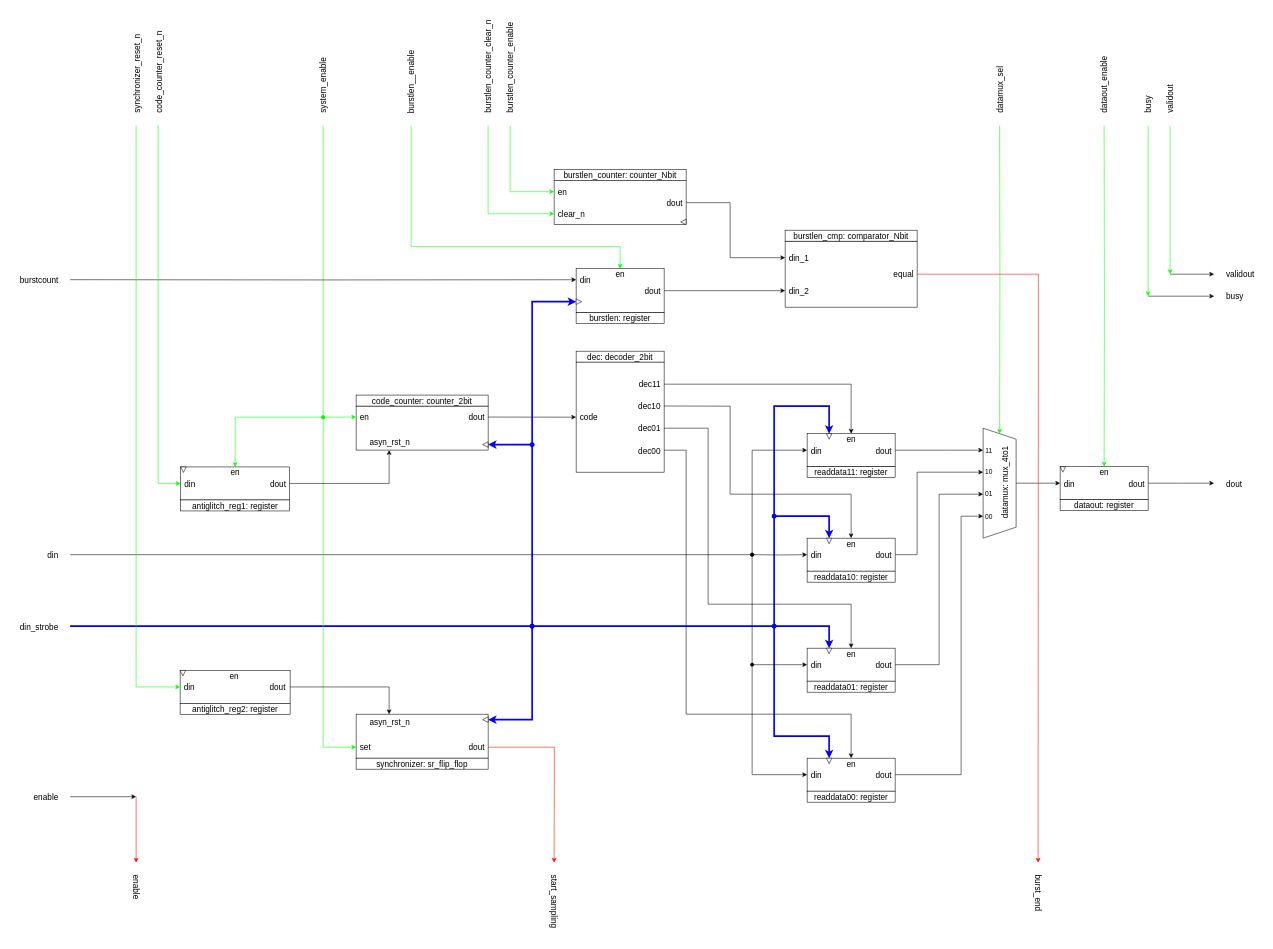
Above: page "synchronizer: RTL" (4 of 5) of IP_cores/AvalonMM_to_hRAM/SSRAM_to_hRAM_v1/rtl/SSRAM_to_hRAM.drawio in AndreaBononi/IP_cores (draw.io), before the change. Source tidied: cells renumbered, new cells numbered last; positions are measured from the earlier drawing's top-left corner, leaving out a move shared by most shapes. Both pictures are drawn from the tidied source at 55%, with x=0, y=0 at pixel (9, 53).
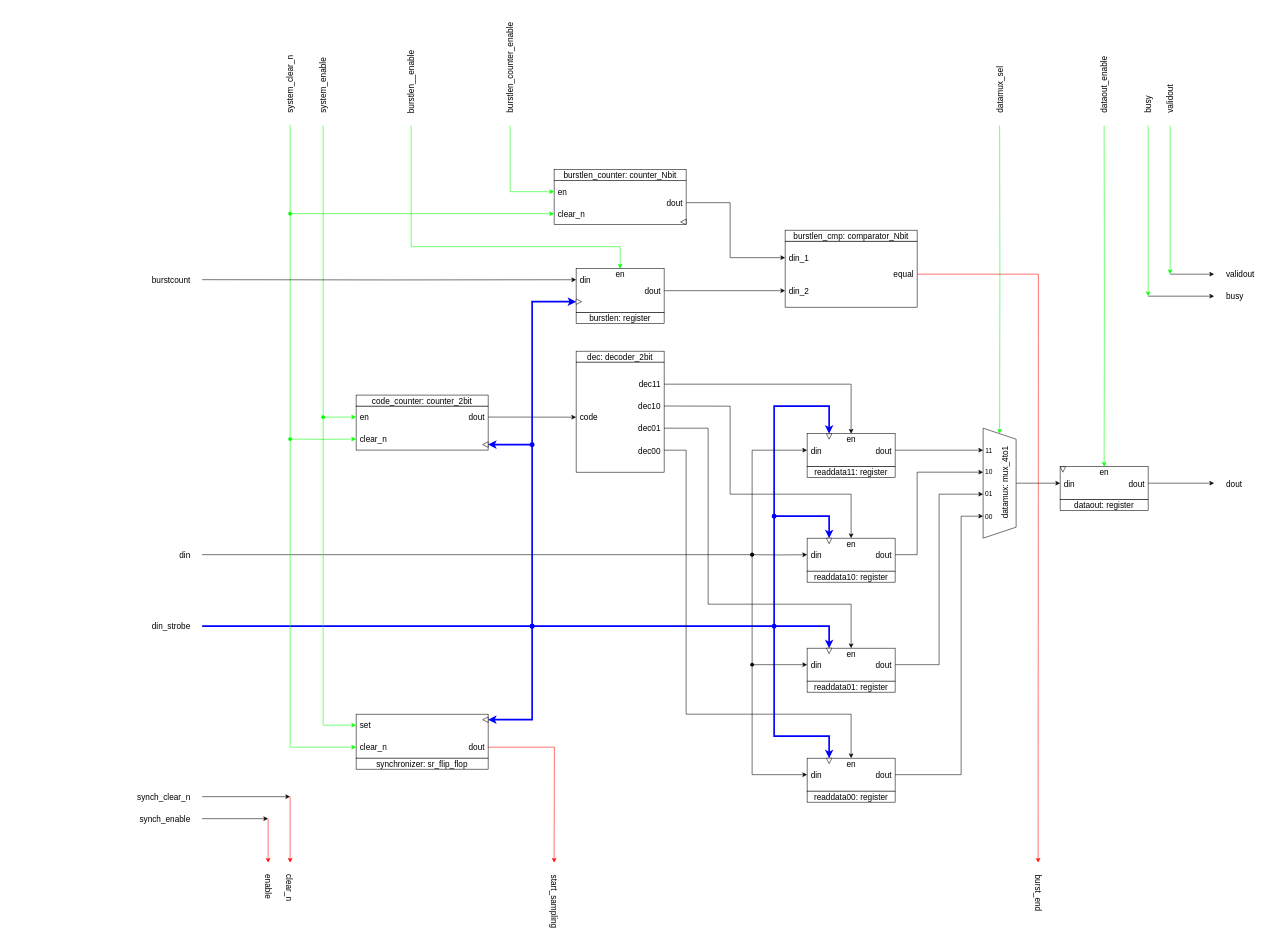
The same diagram, later.

Unchanged cells that the change refers to:
```xml
<mxCell id="3" style="rounded=0;whiteSpace=wrap;html=1;" parent="1" vertex="1">
  <mxGeometry x="630" y="640.8" width="240" height="80" as="geometry" />
</mxCell>
<mxCell id="17" style="rounded=0;whiteSpace=wrap;html=1;horizontal=1;" parent="1" vertex="1">
  <mxGeometry x="1450" y="691" width="160" height="60" as="geometry" />
</mxCell>
<mxCell id="69" style="rounded=0;whiteSpace=wrap;html=1;" parent="1" vertex="1">
  <mxGeometry x="630" y="1201" width="240" height="80" as="geometry" />
</mxCell>
<mxCell id="103" style="rounded=0;whiteSpace=wrap;html=1;" parent="1" vertex="1">
  <mxGeometry x="990" y="231" width="240" height="80" as="geometry" />
</mxCell>
```

The edit, as a diff of the source:
```diff
@@
+    <mxCell id="151" style="edgeStyle=orthogonalEdgeStyle;rounded=0;jettySize=auto;html=1;exitX=0;exitY=0.75;exitDx=0;exitDy=0;entryX=0;entryY=0.75;entryDx=0;entryDy=0;startArrow=oval;startFill=1;strokeColor=#00FF00;" parent="1" edge="1" target="3">
+      <mxGeometry relative="1" as="geometry">
+        <mxPoint x="510" y="700.8" as="sourcePoint" />
+      </mxGeometry>
+    </mxCell>
@@
     <mxCell id="10" value="&lt;font style=&quot;font-size: 15px;&quot;&gt;din_strobe&lt;/font&gt;" style="text;html=1;align=right;verticalAlign=middle;strokeColor=none;fillColor=none;" parent="1" vertex="1">
-      <mxGeometry y="1028" width="90" height="30" as="geometry" />
+      <mxGeometry x="240" y="1026" width="90" height="30" as="geometry" />
     </mxCell>
@@
     <mxCell id="16" style="edgeStyle=orthogonalEdgeStyle;rounded=0;jettySize=auto;html=1;entryX=0.25;entryY=0;entryDx=0;entryDy=0;strokeColor=#0000FF;startArrow=none;startFill=0;strokeWidth=3;" parent="1" edge="1" target="17">
       <mxGeometry relative="1" as="geometry">
-        <mxPoint x="110" y="1041" as="sourcePoint" />
+        <mxPoint x="350" y="1041" as="sourcePoint" />
         <Array as="points">
           <mxPoint x="1390" y="1041" />
           <mxPoint x="1390" y="641" />
           <mxPoint x="1490" y="641" />
         </Array>
       </mxGeometry>
     </mxCell>
@@
     <mxCell id="59" style="edgeStyle=orthogonalEdgeStyle;rounded=0;jettySize=auto;html=1;strokeColor=default;startArrow=none;startFill=0;entryX=0;entryY=0.5;entryDx=0;entryDy=0;" parent="1" edge="1" target="17">
       <mxGeometry relative="1" as="geometry">
-        <mxPoint x="110" y="911" as="sourcePoint" />
+        <mxPoint x="350" y="911" as="sourcePoint" />
         <Array as="points">
           <mxPoint x="590" y="911" />
           <mxPoint x="1350" y="911" />
           <mxPoint x="1350" y="721" />
         </Array>
       </mxGeometry>
     </mxCell>
@@
     <mxCell id="66" value="&lt;font style=&quot;font-size: 15px;&quot;&gt;din&lt;/font&gt;" style="text;html=1;align=right;verticalAlign=middle;strokeColor=none;fillColor=none;" parent="1" vertex="1">
-      <mxGeometry x="50" y="896" width="40" height="30" as="geometry" />
+      <mxGeometry x="290" y="896" width="40" height="30" as="geometry" />
     </mxCell>
@@
-    <mxCell id="68" style="edgeStyle=orthogonalEdgeStyle;rounded=0;jettySize=auto;html=1;exitX=0;exitY=0.75;exitDx=0;exitDy=0;entryX=0;entryY=0.75;entryDx=0;entryDy=0;startArrow=oval;startFill=1;strokeColor=#00FF00;" parent="1" edge="1" target="69">
+    <mxCell id="68" style="edgeStyle=orthogonalEdgeStyle;rounded=0;jettySize=auto;html=1;exitX=0;exitY=0.75;exitDx=0;exitDy=0;entryX=0;entryY=0.25;entryDx=0;entryDy=0;startArrow=oval;startFill=1;strokeColor=#00FF00;" parent="1" edge="1" target="69">
       <mxGeometry relative="1" as="geometry">
         <mxPoint x="570" y="661" as="sourcePoint" />
         <Array as="points">
-          <mxPoint x="570" y="1261" />
+          <mxPoint x="570" y="1221" />
         </Array>
       </mxGeometry>
     </mxCell>
+    <mxCell id="152" style="edgeStyle=orthogonalEdgeStyle;rounded=0;jettySize=auto;html=1;exitX=0;exitY=0.75;exitDx=0;exitDy=0;entryX=0;entryY=0.75;entryDx=0;entryDy=0;fontColor=#00FF00;strokeColor=#00FF00;" parent="1" edge="1" target="69">
+      <mxGeometry relative="1" as="geometry">
+        <mxPoint x="510" y="129.2" as="sourcePoint" />
+        <Array as="points">
+          <mxPoint x="510" y="1261" />
+        </Array>
+      </mxGeometry>
+    </mxCell>
@@
     <mxCell id="71" value="&lt;font style=&quot;font-size: 15px;&quot;&gt;set&lt;/font&gt;" style="text;html=1;align=left;verticalAlign=middle;strokeColor=none;fillColor=none;" parent="1" vertex="1">
-      <mxGeometry x="635" y="1246" width="40" height="30" as="geometry" />
+      <mxGeometry x="635" y="1206" width="40" height="30" as="geometry" />
     </mxCell>
@@
     <mxCell id="92" style="edgeStyle=orthogonalEdgeStyle;rounded=0;orthogonalLoop=1;jettySize=auto;html=1;entryX=0;entryY=0.75;entryDx=0;entryDy=0;" parent="1" edge="1">
       <mxGeometry relative="1" as="geometry">
-        <mxPoint x="110" y="411" as="sourcePoint" />
+        <mxPoint x="350" y="411" as="sourcePoint" />
         <mxPoint x="1030" y="411.1" as="targetPoint" />
       </mxGeometry>
     </mxCell>
@@
     <mxCell id="109" value="&lt;font style=&quot;font-size: 15px;&quot;&gt;burstcount&lt;/font&gt;" style="text;html=1;align=right;verticalAlign=middle;strokeColor=none;fillColor=none;" parent="1" vertex="1">
-      <mxGeometry y="396" width="90" height="30" as="geometry" />
+      <mxGeometry x="240" y="397" width="90" height="30" as="geometry" />
     </mxCell>
@@
     <mxCell id="117" style="endArrow=classic;html=1;rounded=0;" parent="1" edge="1">
       <mxGeometry relative="1" as="geometry">
-        <mxPoint x="110" y="1351" as="sourcePoint" />
-        <mxPoint x="230" y="1351" as="targetPoint" />
+        <mxPoint x="350" y="1391" as="sourcePoint" />
+        <mxPoint x="470" y="1391" as="targetPoint" />
       </mxGeometry>
     </mxCell>
     <mxCell id="118" value="&lt;font style=&quot;font-size: 15px;&quot;&gt;enable&lt;/font&gt;" style="text;html=1;align=left;verticalAlign=middle;strokeColor=none;fillColor=none;rotation=90;" parent="1" vertex="1">
-      <mxGeometry x="196" y="1511" width="70" height="30" as="geometry" />
+      <mxGeometry x="436" y="1510" width="70" height="30" as="geometry" />
     </mxCell>
-    <mxCell id="119" value="&lt;font style=&quot;font-size: 15px;&quot;&gt;enable&lt;/font&gt;" style="text;html=1;align=right;verticalAlign=middle;strokeColor=none;fillColor=none;" parent="1" vertex="1">
-      <mxGeometry x="20" y="1336" width="70" height="30" as="geometry" />
+    <mxCell id="119" value="&lt;font style=&quot;font-size: 15px;&quot;&gt;synch_enable&lt;/font&gt;" style="text;html=1;align=right;verticalAlign=middle;strokeColor=none;fillColor=none;" parent="1" vertex="1">
+      <mxGeometry x="210" y="1376" width="120" height="30" as="geometry" />
     </mxCell>
-    <mxCell id="120" value="&lt;font style=&quot;font-size: 15px;&quot;&gt;asyn_rst_n&lt;/font&gt;" style="text;html=1;align=center;verticalAlign=middle;strokeColor=none;fillColor=none;" parent="1" vertex="1">
-      <mxGeometry x="641" y="690.8" width="100" height="30" as="geometry" />
+    <mxCell id="120" value="&lt;div align=&quot;left&quot;&gt;&lt;font style=&quot;font-size: 15px;&quot;&gt;clear_n&lt;/font&gt;&lt;/div&gt;" style="text;html=1;align=left;verticalAlign=middle;strokeColor=none;fillColor=none;" parent="1" vertex="1">
+      <mxGeometry x="635" y="685" width="70" height="30" as="geometry" />
     </mxCell>
-    <mxCell id="121" value="&lt;font style=&quot;font-size: 15px;&quot;&gt;asyn_rst_n&lt;/font&gt;" style="text;html=1;align=center;verticalAlign=middle;strokeColor=none;fillColor=none;" parent="1" vertex="1">
-      <mxGeometry x="641" y="1201" width="100" height="30" as="geometry" />
+    <mxCell id="121" value="&lt;font style=&quot;font-size: 15px;&quot;&gt;clear_n&lt;/font&gt;" style="text;html=1;align=left;verticalAlign=middle;strokeColor=none;fillColor=none;" parent="1" vertex="1">
+      <mxGeometry x="635" y="1246" width="70" height="30" as="geometry" />
     </mxCell>
-    <mxCell id="122" style="edgeStyle=orthogonalEdgeStyle;rounded=0;jettySize=auto;html=1;exitX=1;exitY=0.5;exitDx=0;exitDy=0;entryX=0.25;entryY=1;entryDx=0;entryDy=0;" parent="1" edge="1" source="125" target="3">
-      <mxGeometry relative="1" as="geometry">
-        <Array as="points">
-          <mxPoint x="690" y="781" />
-        </Array>
-      </mxGeometry>
-    </mxCell>
-    <mxCell id="123" style="edgeStyle=orthogonalEdgeStyle;rounded=0;jettySize=auto;html=1;entryX=0.5;entryY=0;entryDx=0;entryDy=0;strokeColor=#00FF00;startArrow=oval;startFill=1;" parent="1" edge="1" target="125">
-      <mxGeometry relative="1" as="geometry">
-        <mxPoint x="570" y="661" as="sourcePoint" />
-        <Array as="points">
-          <mxPoint x="410" y="701" />
-          <mxPoint x="410" y="701" />
-        </Array>
-      </mxGeometry>
-    </mxCell>
-    <mxCell id="124" style="edgeStyle=orthogonalEdgeStyle;rounded=0;jettySize=auto;html=1;entryX=0;entryY=0.5;entryDx=0;entryDy=0;strokeColor=#00FF00;" parent="1" edge="1" target="125">
-      <mxGeometry relative="1" as="geometry">
-        <mxPoint x="270" y="130" as="sourcePoint" />
-        <Array as="points">
-          <mxPoint x="270" y="130" />
-          <mxPoint x="270" y="782" />
-        </Array>
-      </mxGeometry>
-    </mxCell>
-    <mxCell id="125" style="rounded=0;whiteSpace=wrap;html=1;horizontal=1;" parent="1" vertex="1">
-      <mxGeometry x="311" y="751.5" width="198" height="60" as="geometry" />
-    </mxCell>
-    <mxCell id="126" value="&lt;font style=&quot;font-size: 15px;&quot;&gt;antiglitch_reg1: register&lt;/font&gt;" style="rounded=0;whiteSpace=wrap;html=1;" parent="1" vertex="1">
-      <mxGeometry x="311" y="811.5" width="198" height="20" as="geometry" />
-    </mxCell>
-    <mxCell id="127" value="&lt;font style=&quot;font-size: 15px;&quot;&gt;dout&lt;/font&gt;" style="text;html=1;align=right;verticalAlign=middle;strokeColor=none;fillColor=none;" parent="1" vertex="1">
-      <mxGeometry x="454" y="766.5" width="50" height="30" as="geometry" />
-    </mxCell>
-    <mxCell id="128" value="&lt;div align=&quot;left&quot;&gt;&lt;font style=&quot;font-size: 15px;&quot;&gt;din&lt;/font&gt;&lt;/div&gt;" style="text;html=1;align=left;verticalAlign=middle;strokeColor=none;fillColor=none;" parent="1" vertex="1">
-      <mxGeometry x="316" y="767.5" width="40" height="30" as="geometry" />
-    </mxCell>
-    <mxCell id="129" value="&lt;font style=&quot;font-size: 15px;&quot;&gt;en&lt;/font&gt;" style="text;html=1;align=center;verticalAlign=middle;strokeColor=none;fillColor=none;" parent="1" vertex="1">
-      <mxGeometry x="390" y="746" width="40" height="30" as="geometry" />
-    </mxCell>
-    <mxCell id="130" style="triangle;whiteSpace=wrap;html=1;direction=south;fontSize=15;" parent="1" vertex="1">
-      <mxGeometry x="311" y="751.5" width="10" height="10" as="geometry" />
-    </mxCell>
-    <mxCell id="131" value="&lt;font style=&quot;font-size: 15px;&quot;&gt;code_counter_reset_n&lt;/font&gt;" style="text;html=1;align=left;verticalAlign=middle;strokeColor=none;fillColor=none;rotation=-90;" parent="1" vertex="1">
-      <mxGeometry x="186" y="10" width="170" height="30" as="geometry" />
+    <mxCell id="131" value="&lt;font style=&quot;font-size: 15px;&quot;&gt;system_clear_n&lt;/font&gt;" style="text;html=1;align=left;verticalAlign=middle;strokeColor=none;fillColor=none;rotation=-90;" parent="1" vertex="1">
+      <mxGeometry x="445" y="30" width="130" height="30" as="geometry" />
     </mxCell>
@@
-    <mxCell id="133" style="edgeStyle=orthogonalEdgeStyle;rounded=0;jettySize=auto;html=1;exitX=1;exitY=0.5;exitDx=0;exitDy=0;entryX=0.25;entryY=0;entryDx=0;entryDy=0;" parent="1" edge="1" source="135" target="69">
-      <mxGeometry relative="1" as="geometry" />
-    </mxCell>
-    <mxCell id="134" style="edgeStyle=orthogonalEdgeStyle;rounded=0;jettySize=auto;html=1;entryX=0;entryY=0.5;entryDx=0;entryDy=0;strokeColor=#00FF00;" parent="1" edge="1" target="135">
-      <mxGeometry relative="1" as="geometry">
-        <mxPoint x="230" y="131" as="sourcePoint" />
-        <Array as="points">
-          <mxPoint x="230" y="131" />
-          <mxPoint x="230" y="1151" />
-        </Array>
-      </mxGeometry>
-    </mxCell>
-    <mxCell id="135" style="rounded=0;whiteSpace=wrap;html=1;horizontal=1;" parent="1" vertex="1">
-      <mxGeometry x="310" y="1121.5" width="200" height="60" as="geometry" />
-    </mxCell>
-    <mxCell id="136" value="&lt;font style=&quot;font-size: 15px;&quot;&gt;antiglitch_reg2: register&lt;/font&gt;" style="rounded=0;whiteSpace=wrap;html=1;" parent="1" vertex="1">
-      <mxGeometry x="310" y="1181.5" width="200" height="20" as="geometry" />
-    </mxCell>
-    <mxCell id="137" value="&lt;font style=&quot;font-size: 15px;&quot;&gt;dout&lt;/font&gt;" style="text;html=1;align=right;verticalAlign=middle;strokeColor=none;fillColor=none;" parent="1" vertex="1">
-      <mxGeometry x="453" y="1136" width="50" height="30" as="geometry" />
-    </mxCell>
-    <mxCell id="138" value="&lt;div align=&quot;left&quot;&gt;&lt;font style=&quot;font-size: 15px;&quot;&gt;din&lt;/font&gt;&lt;/div&gt;" style="text;html=1;align=left;verticalAlign=middle;strokeColor=none;fillColor=none;" parent="1" vertex="1">
-      <mxGeometry x="315" y="1137" width="40" height="30" as="geometry" />
-    </mxCell>
-    <mxCell id="139" value="&lt;font style=&quot;font-size: 15px;&quot;&gt;en&lt;/font&gt;" style="text;html=1;align=center;verticalAlign=middle;strokeColor=none;fillColor=none;" parent="1" vertex="1">
-      <mxGeometry x="388" y="1116.5" width="40" height="30" as="geometry" />
-    </mxCell>
-    <mxCell id="140" style="triangle;whiteSpace=wrap;html=1;direction=south;fontSize=15;" parent="1" vertex="1">
-      <mxGeometry x="310" y="1121.5" width="10" height="10" as="geometry" />
-    </mxCell>
-    <mxCell id="141" value="&lt;font style=&quot;font-size: 15px;&quot;&gt;synchronizer_reset_n&lt;/font&gt;" style="text;html=1;align=left;verticalAlign=middle;strokeColor=none;fillColor=none;rotation=-90;" parent="1" vertex="1">
-      <mxGeometry x="146" y="10" width="170" height="30" as="geometry" />
-    </mxCell>
-    <mxCell id="142" style="edgeStyle=orthogonalEdgeStyle;rounded=0;jettySize=auto;html=1;exitX=0;exitY=0.5;exitDx=0;exitDy=0;entryX=0;entryY=0.75;entryDx=0;entryDy=0;strokeColor=#00FF00;" parent="1" edge="1" target="103">
+    <mxCell id="142" style="edgeStyle=orthogonalEdgeStyle;rounded=0;jettySize=auto;html=1;entryX=0;entryY=0.75;entryDx=0;entryDy=0;strokeColor=#00FF00;startArrow=oval;startFill=1;" parent="1" edge="1" target="103">
       <mxGeometry relative="1" as="geometry">
-        <mxPoint x="870" y="131" as="sourcePoint" />
+        <mxPoint x="510" y="291" as="sourcePoint" />
         <Array as="points">
           <mxPoint x="870" y="291" />
         </Array>
       </mxGeometry>
     </mxCell>
-    <mxCell id="143" value="&lt;font style=&quot;font-size: 15px;&quot;&gt;burstlen_counter_clear_n&lt;/font&gt;" style="text;html=1;align=left;verticalAlign=middle;strokeColor=none;fillColor=none;rotation=-90;" parent="1" vertex="1">
-      <mxGeometry x="775" width="190" height="30" as="geometry" />
-    </mxCell>
@@
     <mxCell id="145" style="endArrow=classic;html=1;rounded=0;strokeColor=#FF0000;" parent="1" edge="1">
       <mxGeometry relative="1" as="geometry">
-        <mxPoint x="230" y="1351" as="sourcePoint" />
-        <mxPoint x="230" y="1471" as="targetPoint" />
+        <mxPoint x="470" y="1391" as="sourcePoint" />
+        <mxPoint x="470" y="1471" as="targetPoint" />
       </mxGeometry>
     </mxCell>
@@
+    <mxCell id="153" style="endArrow=classic;html=1;rounded=0;" parent="1" edge="1">
+      <mxGeometry relative="1" as="geometry">
+        <mxPoint x="350" y="1351" as="sourcePoint" />
+        <mxPoint x="510" y="1351" as="targetPoint" />
+      </mxGeometry>
+    </mxCell>
+    <mxCell id="154" value="&lt;font style=&quot;font-size: 15px;&quot;&gt;clear_n&lt;/font&gt;" style="text;html=1;align=left;verticalAlign=middle;strokeColor=none;fillColor=none;rotation=90;" parent="1" vertex="1">
+      <mxGeometry x="474" y="1510" width="70" height="30" as="geometry" />
+    </mxCell>
+    <mxCell id="155" style="endArrow=classic;html=1;rounded=0;strokeColor=#FF0000;" parent="1" edge="1">
+      <mxGeometry relative="1" as="geometry">
+        <mxPoint x="510" y="1351" as="sourcePoint" />
+        <mxPoint x="510" y="1471" as="targetPoint" />
+      </mxGeometry>
+    </mxCell>
+    <mxCell id="156" value="&lt;font style=&quot;font-size: 15px;&quot;&gt;synch_clear_n&lt;/font&gt;" style="text;html=1;align=right;verticalAlign=middle;strokeColor=none;fillColor=none;" parent="1" vertex="1">
+      <mxGeometry x="210" y="1336" width="120" height="30" as="geometry" />
+    </mxCell>
```
